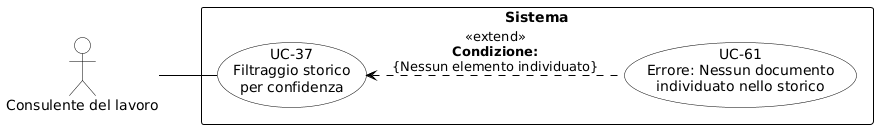
The PlantUML diagram RTB/Analisi dei Requisiti/diagrammi_use_case/UC-37.png in aLittleByte-19/Documentazione, before a commit.
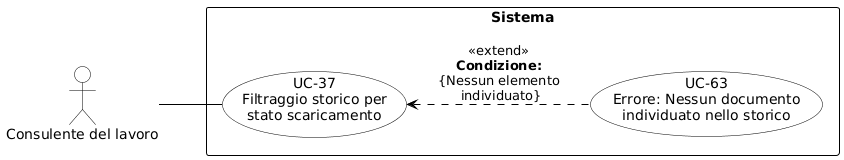
After the commit.

Change to the diagram source:
```diff
@@ -2,8 +2,6 @@
 skinparam shadowing false
 skinparam defaultFontName Arial
 left to right direction
-skinparam nodesep 15
-skinparam ranksep 50
 
 skinparam usecase {
     BackgroundColor white
@@ -19,14 +17,14 @@
     FontStyle bold
 }
 
-actor "Consulente del lavoro" as CL
+actor "Consulente del lavoro" as cdl
 
 rectangle "Sistema" {
-    usecase "UC-37\nFiltraggio storico\nper confidenza" as UC37
-    usecase "UC-61\nErrore: Nessun documento\nindividuato nello storico" as UC61
+    usecase "UC-37\nFiltraggio storico per\nstato scaricamento" as UC37
+    usecase "UC-63\nErrore: Nessun documento\nindividuato nello storico" as UC63
 
-    UC37 <.. UC61 : <<extend>>\n**Condizione:**\n{Nessun elemento individuato}
+    UC63 .up.> UC37 : «extend»\n<b>Condizione:</b>\n{Nessun elemento\n individuato}
 }
 
-CL -- UC37
+cdl -- UC37
 @enduml
```
